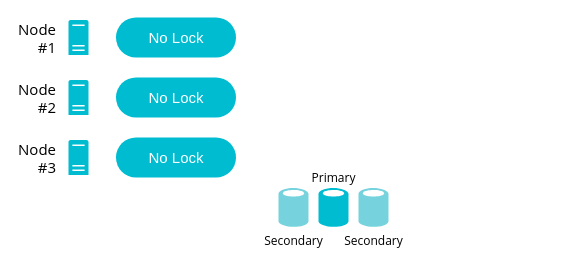
This is doc/HighlyAvailableLock.drawio from fvalka/AviatorsBot, a draw.io file, before an edit. Source tidied: cells renumbered, new cells numbered last; positions are measured from the earlier drawing's top-left corner, leaving out a move shared by most shapes. Both pictures are drawn from the tidied source at 100%, with x=0, y=0 at pixel (68, 17).
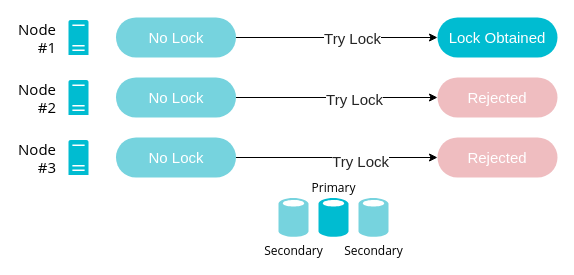
The same page after the edit.

Diff of the diagram source:
```diff
@@
 <mxGraphModel>
   <root>
     <mxCell id="0" />
     <mxCell id="1" parent="0" />
     <mxCell id="2" value="Node&lt;br&gt;#3&lt;br&gt;" style="shadow=0;dashed=0;html=1;strokeColor=none;fillColor=#00BCD1;labelPosition=left;verticalLabelPosition=middle;verticalAlign=middle;align=right;shape=mxgraph.office.servers.server_generic;fontFamily=Open Sans;fontSize=15;spacingRight=11;" parent="1" vertex="1">
       <mxGeometry y="122.5" width="20" height="35" as="geometry" />
     </mxCell>
     <mxCell id="3" value="Primary" style="shadow=0;dashed=0;html=1;strokeColor=none;labelPosition=center;verticalLabelPosition=top;verticalAlign=bottom;align=center;shape=mxgraph.mscae.enterprise.database_generic;fillColor=#00BCD1;fontSize=12;fontFamily=Open Sans;labelBorderColor=none;labelBackgroundColor=#ffffff;" parent="1" vertex="1">
-      <mxGeometry x="250" y="170" width="30" height="40" as="geometry" />
+      <mxGeometry x="250" y="180" width="30" height="40" as="geometry" />
     </mxCell>
+    <mxCell id="11" style="edgeStyle=orthogonalEdgeStyle;rounded=0;jettySize=auto;html=1;entryX=0;entryY=0.5;entryDx=0;entryDy=0;fontSize=12;fontColor=#FFFFFF;" parent="1" edge="1" source="4" target="19">
+      <mxGeometry relative="1" as="geometry" />
+    </mxCell>
+    <mxCell id="12" value="Try Lock" style="text;html=1;align=center;verticalAlign=middle;labelBackgroundColor=#ffffff;fontSize=15;fontColor=#242424;" parent="11" vertex="1">
+      <mxGeometry x="0.23" y="-3" relative="1" as="geometry" />
+    </mxCell>
-    <mxCell id="4" value="No Lock" style="rounded=1;whiteSpace=wrap;html=1;fillColor=#00BCD1;strokeColor=none;fontSize=15;fontColor=#FFFFFF;arcSize=50;" parent="1" vertex="1">
+    <mxCell id="4" value="No Lock" style="rounded=1;whiteSpace=wrap;html=1;fillColor=#76D3DE;strokeColor=none;fontSize=15;fontColor=#FFFFFF;arcSize=50;" parent="1" vertex="1">
       <mxGeometry x="47.5" y="120" width="120" height="40" as="geometry" />
     </mxCell>
     <mxCell id="5" value="Secondary" style="shadow=0;dashed=0;html=1;strokeColor=none;labelPosition=center;verticalLabelPosition=bottom;verticalAlign=top;align=center;shape=mxgraph.mscae.enterprise.database_generic;fillColor=#76D3DE;fontSize=12;fontFamily=Open Sans;" parent="1" vertex="1">
-      <mxGeometry x="290" y="170" width="30" height="40" as="geometry" />
+      <mxGeometry x="290" y="180" width="30" height="40" as="geometry" />
     </mxCell>
     <mxCell id="6" value="Secondary" style="shadow=0;dashed=0;html=1;strokeColor=none;labelPosition=center;verticalLabelPosition=bottom;verticalAlign=top;align=center;shape=mxgraph.mscae.enterprise.database_generic;fillColor=#76D3DE;fontSize=12;fontFamily=Open Sans;" parent="1" vertex="1">
-      <mxGeometry x="210" y="170" width="30" height="40" as="geometry" />
+      <mxGeometry x="210" y="180" width="30" height="40" as="geometry" />
     </mxCell>
     <mxCell id="7" value="Node&lt;br&gt;#2&lt;br&gt;" style="shadow=0;dashed=0;html=1;strokeColor=none;fillColor=#00BCD1;labelPosition=left;verticalLabelPosition=middle;verticalAlign=middle;align=right;shape=mxgraph.office.servers.server_generic;fontFamily=Open Sans;fontSize=15;spacingRight=11;" parent="1" vertex="1">
       <mxGeometry y="62.5" width="20" height="35" as="geometry" />
     </mxCell>
+    <mxCell id="13" style="edgeStyle=orthogonalEdgeStyle;rounded=0;jettySize=auto;html=1;fontSize=12;fontColor=#FFFFFF;" parent="1" edge="1" source="8" target="18">
+      <mxGeometry relative="1" as="geometry" />
+    </mxCell>
+    <mxCell id="14" value="Try Lock" style="text;html=1;align=center;verticalAlign=middle;labelBackgroundColor=#ffffff;fontSize=15;fontColor=#242424;" parent="13" vertex="1">
+      <mxGeometry x="0.17" y="-1" relative="1" as="geometry" />
+    </mxCell>
-    <mxCell id="8" value="No Lock" style="rounded=1;whiteSpace=wrap;html=1;fillColor=#00BCD1;strokeColor=none;fontSize=15;fontColor=#FFFFFF;arcSize=50;" parent="1" vertex="1">
+    <mxCell id="8" value="No Lock" style="rounded=1;whiteSpace=wrap;html=1;fillColor=#76D3DE;strokeColor=none;fontSize=15;fontColor=#FFFFFF;arcSize=50;" parent="1" vertex="1">
       <mxGeometry x="47.5" y="60" width="120" height="40" as="geometry" />
     </mxCell>
     <mxCell id="9" value="Node&lt;br&gt;#1&lt;br&gt;" style="shadow=0;dashed=0;html=1;strokeColor=none;fillColor=#00BCD1;labelPosition=left;verticalLabelPosition=middle;verticalAlign=middle;align=right;shape=mxgraph.office.servers.server_generic;fontFamily=Open Sans;fontSize=15;spacingRight=11;" parent="1" vertex="1">
       <mxGeometry y="2.5" width="20" height="35" as="geometry" />
     </mxCell>
+    <mxCell id="15" style="edgeStyle=orthogonalEdgeStyle;rounded=0;jettySize=auto;html=1;fontSize=15;fontColor=#242424;" parent="1" edge="1" source="10" target="17">
+      <mxGeometry relative="1" as="geometry" />
+    </mxCell>
+    <mxCell id="16" value="Try Lock" style="text;html=1;align=center;verticalAlign=middle;labelBackgroundColor=#ffffff;fontSize=15;fontColor=#242424;" parent="15" vertex="1">
+      <mxGeometry x="0.15" relative="1" as="geometry" />
+    </mxCell>
-    <mxCell id="10" value="No Lock" style="rounded=1;whiteSpace=wrap;html=1;fillColor=#00BCD1;strokeColor=none;fontSize=15;fontColor=#FFFFFF;arcSize=50;" parent="1" vertex="1">
+    <mxCell id="10" value="No Lock" style="rounded=1;whiteSpace=wrap;html=1;fillColor=#76D3DE;strokeColor=none;fontSize=15;fontColor=#FFFFFF;arcSize=50;" parent="1" vertex="1">
       <mxGeometry x="47.5" width="120" height="40" as="geometry" />
     </mxCell>
+    <mxCell id="17" value="Lock Obtained" style="rounded=1;whiteSpace=wrap;html=1;fillColor=#00BCD1;strokeColor=none;fontSize=15;fontColor=#FFFFFF;arcSize=50;" parent="1" vertex="1">
+      <mxGeometry x="369" width="120" height="40" as="geometry" />
+    </mxCell>
+    <mxCell id="18" value="Rejected" style="rounded=1;whiteSpace=wrap;html=1;fillColor=#EFBDC0;strokeColor=none;fontSize=15;fontColor=#FFFFFF;arcSize=50;" parent="1" vertex="1">
+      <mxGeometry x="369" y="60" width="120" height="40" as="geometry" />
+    </mxCell>
+    <mxCell id="19" value="Rejected" style="rounded=1;whiteSpace=wrap;html=1;fillColor=#EFBDC0;strokeColor=none;fontSize=15;fontColor=#FFFFFF;arcSize=50;" parent="1" vertex="1">
+      <mxGeometry x="369" y="120" width="120" height="40" as="geometry" />
+    </mxCell>
   </root>
 </mxGraphModel>
```
